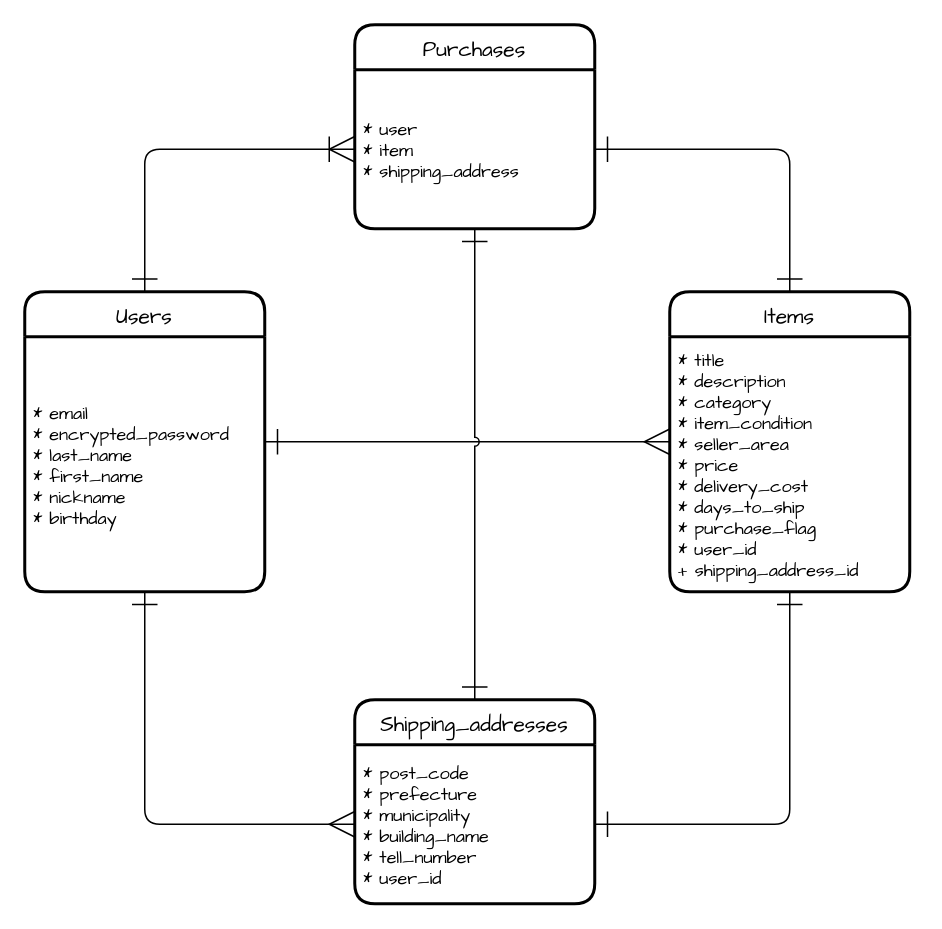
h-ucchi/furima-37078 keeps this draw.io diagram as er.dio. Above is the earlier version. Source tidied: cells renumbered, new cells numbered last; positions are measured from the earlier drawing's top-left corner, leaving out a move shared by most shapes. Both pictures are drawn from the tidied source at 150%, with x=0, y=0 at pixel (24, 24).
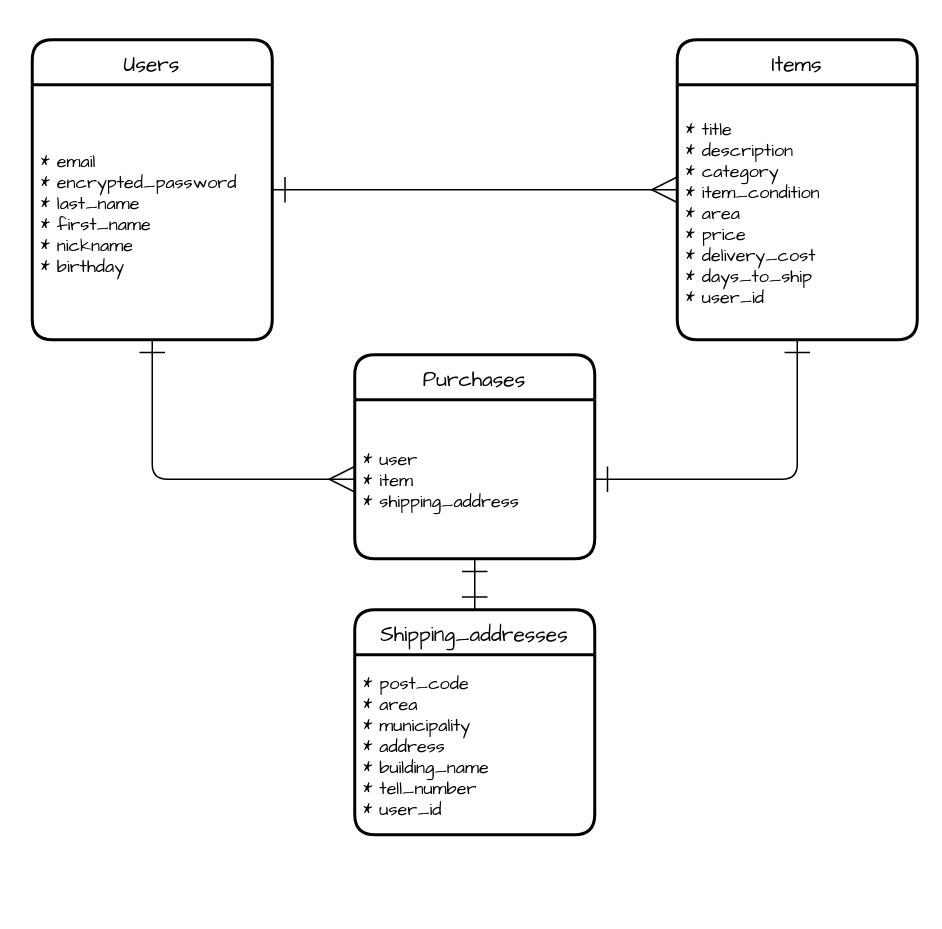
The same diagram, later.

Unchanged cells that the change refers to:
```xml
<mxCell id="5" value="* email&#10;* encrypted_password&#10;* last_name&#10;* first_name&#10;* nickname&#10;* birthday" style="align=left;strokeColor=none;fillColor=none;spacingLeft=4;fontSize=12;verticalAlign=middle;fontFamily=Comic Sans MS;rounded=0;glass=0;horizontal=1;" parent="4" vertex="1">
  <mxGeometry y="30" width="160" height="170" as="geometry" />
</mxCell>
<mxCell id="14" value="* user&#10;* item&#10;* shipping_address" style="align=left;strokeColor=none;fillColor=none;spacingLeft=4;fontSize=12;verticalAlign=middle;fontFamily=Comic Sans MS;rounded=0;glass=0;horizontal=1;" parent="13" vertex="1">
  <mxGeometry y="30" width="160" height="106" as="geometry" />
</mxCell>
```

The edit, as a diff of the source:
```diff
@@
-    <mxCell id="3" style="edgeStyle=none;html=1;exitX=0.5;exitY=0;exitDx=0;exitDy=0;entryX=0;entryY=0.5;entryDx=0;entryDy=0;fontFamily=Comic Sans MS;startArrow=ERone;startFill=0;endArrow=ERoneToMany;endFill=0;startSize=15;endSize=15;strokeWidth=1;" parent="1" edge="1" source="4" target="14">
-      <mxGeometry relative="1" as="geometry">
-        <Array as="points">
-          <mxPoint x="80" y="83" />
-        </Array>
-      </mxGeometry>
-    </mxCell>
     <mxCell id="4" value="Users" style="swimlane;horizontal=1;startSize=30;rounded=1;fontSize=14;fontStyle=0;strokeWidth=2;shadow=0;dashed=0;align=center;fontFamily=Comic Sans MS;" parent="1" vertex="1">
-      <mxGeometry y="178" width="160" height="200" as="geometry" />
+      <mxGeometry x="5" y="10" width="160" height="200" as="geometry" />
     </mxCell>
@@
-    <mxCell id="6" style="edgeStyle=none;html=1;exitX=0.5;exitY=0;exitDx=0;exitDy=0;entryX=1;entryY=0.5;entryDx=0;entryDy=0;fontFamily=Comic Sans MS;startArrow=ERone;startFill=0;endArrow=ERone;endFill=0;startSize=15;endSize=15;strokeWidth=1;" parent="1" edge="1" source="7" target="14">
-      <mxGeometry relative="1" as="geometry">
-        <Array as="points">
-          <mxPoint x="510" y="83" />
-        </Array>
-      </mxGeometry>
-    </mxCell>
     <mxCell id="7" value="Items" style="swimlane;horizontal=1;startSize=30;rounded=1;fontSize=14;fontStyle=0;strokeWidth=2;shadow=0;dashed=0;align=center;fontFamily=Comic Sans MS;" parent="1" vertex="1">
-      <mxGeometry x="430" y="178" width="160" height="200" as="geometry" />
+      <mxGeometry x="435" y="10" width="160" height="200" as="geometry" />
     </mxCell>
-    <mxCell id="8" value="* title&#10;* description&#10;* category&#10;* item_condition&#10;* seller_area&#10;* price&#10;* delivery_cost&#10;* days_to_ship&#10;* purchase_flag&#10;* user_id&#10;+ shipping_address_id" style="align=left;strokeColor=none;fillColor=none;spacingLeft=4;fontSize=12;verticalAlign=middle;fontFamily=Comic Sans MS;rounded=0;glass=0;horizontal=1;" parent="7" vertex="1">
+    <mxCell id="8" value="* title&#10;* description&#10;* category&#10;* item_condition&#10;* area&#10;* price&#10;* delivery_cost&#10;* days_to_ship&#10;* user_id" style="align=left;strokeColor=none;fillColor=none;spacingLeft=4;fontSize=12;verticalAlign=middle;fontFamily=Comic Sans MS;rounded=0;glass=0;horizontal=1;" parent="7" vertex="1">
       <mxGeometry y="30" width="160" height="170" as="geometry" />
     </mxCell>
     <mxCell id="9" value="Shipping_addresses" style="swimlane;horizontal=1;startSize=30;rounded=1;fontSize=14;fontStyle=0;strokeWidth=2;shadow=0;dashed=0;align=center;fontFamily=Comic Sans MS;" parent="1" vertex="1">
-      <mxGeometry x="220" y="450" width="160" height="136" as="geometry" />
+      <mxGeometry x="220" y="390" width="160" height="150" as="geometry" />
     </mxCell>
-    <mxCell id="10" value="* post_code&#10;* prefecture&#10;* municipality&#10;* building_name&#10;* tell_number&#10;* user_id" style="align=left;strokeColor=none;fillColor=none;spacingLeft=4;fontSize=12;verticalAlign=middle;fontFamily=Comic Sans MS;rounded=0;glass=0;horizontal=1;" parent="9" vertex="1">
-      <mxGeometry y="30" width="160" height="106" as="geometry" />
+    <mxCell id="10" value="* post_code&#10;* area&#10;* municipality&#10;* address&#10;* building_name&#10;* tell_number&#10;* user_id" style="align=left;strokeColor=none;fillColor=none;spacingLeft=4;fontSize=12;verticalAlign=middle;fontFamily=Comic Sans MS;rounded=0;glass=0;horizontal=1;" parent="9" vertex="1">
+      <mxGeometry y="30" width="160" height="120" as="geometry" />
     </mxCell>
-    <mxCell id="11" style="edgeStyle=none;html=1;exitX=0.5;exitY=1;exitDx=0;exitDy=0;entryX=0;entryY=0.5;entryDx=0;entryDy=0;fontFamily=Comic Sans MS;startArrow=ERone;startFill=0;endArrow=ERmany;endFill=0;startSize=15;endSize=15;strokeWidth=1;" parent="1" edge="1" source="5" target="10">
+    <mxCell id="11" style="edgeStyle=none;html=1;exitX=0.5;exitY=1;exitDx=0;exitDy=0;entryX=0;entryY=0.5;entryDx=0;entryDy=0;fontFamily=Comic Sans MS;startArrow=ERone;startFill=0;endArrow=ERmany;endFill=0;startSize=15;endSize=15;strokeWidth=1;" parent="1" edge="1" source="5" target="14">
       <mxGeometry relative="1" as="geometry">
         <Array as="points">
-          <mxPoint x="80" y="533" />
+          <mxPoint x="85" y="303" />
         </Array>
       </mxGeometry>
     </mxCell>
-    <mxCell id="12" style="edgeStyle=none;html=1;exitX=1;exitY=0.5;exitDx=0;exitDy=0;entryX=0.5;entryY=1;entryDx=0;entryDy=0;fontFamily=Comic Sans MS;startArrow=ERone;startFill=0;endArrow=ERone;endFill=0;startSize=15;endSize=15;strokeWidth=1;" parent="1" edge="1" source="10" target="8">
+    <mxCell id="12" style="edgeStyle=none;html=1;exitX=1;exitY=0.5;exitDx=0;exitDy=0;entryX=0.5;entryY=1;entryDx=0;entryDy=0;fontFamily=Comic Sans MS;startArrow=ERone;startFill=0;endArrow=ERone;endFill=0;startSize=15;endSize=15;strokeWidth=1;" parent="1" edge="1" source="14" target="8">
       <mxGeometry relative="1" as="geometry">
         <Array as="points">
-          <mxPoint x="510" y="533" />
+          <mxPoint x="515" y="303" />
         </Array>
       </mxGeometry>
     </mxCell>
     <mxCell id="13" value="Purchases" style="swimlane;horizontal=1;startSize=30;rounded=1;fontSize=14;fontStyle=0;strokeWidth=2;shadow=0;dashed=0;align=center;fontFamily=Comic Sans MS;" parent="1" vertex="1">
-      <mxGeometry x="220" width="160" height="136" as="geometry" />
+      <mxGeometry x="220" y="220" width="160" height="136" as="geometry" />
     </mxCell>
@@
-    <mxCell id="15" style="edgeStyle=none;html=1;exitX=0.5;exitY=1;exitDx=0;exitDy=0;entryX=0.5;entryY=0;entryDx=0;entryDy=0;fontFamily=Comic Sans MS;startArrow=ERone;startFill=0;endArrow=ERone;endFill=0;startSize=15;endSize=15;strokeWidth=1;jumpStyle=arc;" parent="1" edge="1" source="14" target="9">
+    <mxCell id="15" style="edgeStyle=none;html=1;fontFamily=Comic Sans MS;startArrow=ERone;startFill=0;endArrow=ERone;endFill=0;startSize=15;endSize=15;strokeWidth=1;jumpStyle=arc;entryX=0.5;entryY=0;entryDx=0;entryDy=0;exitX=0.5;exitY=1;exitDx=0;exitDy=0;" parent="1" edge="1" source="14" target="9">
       <mxGeometry relative="1" as="geometry" />
     </mxCell>
```
